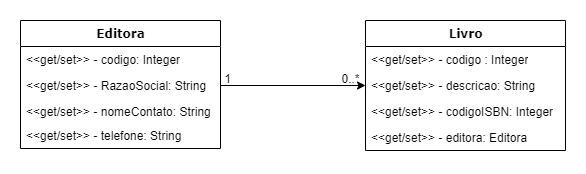
Earlier version of the draw.io export orientacao-objetos-2021-2/Trabalho aula 3/Diagrama de classes.png (viniciusfinger/computer-science-unilasalle). Source tidied: cells renumbered, new cells last; positions are measured from the earlier drawing's top-left corner, leaving out a move shared by most shapes.
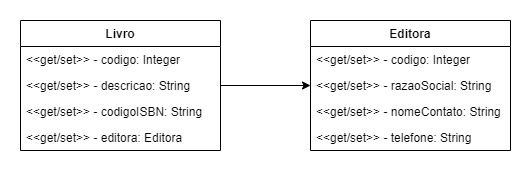
Above is the later version.

Commit message:
alteração nas relações nos diagramas

Diff of the diagram source:
```diff
@@ -1,45 +1,39 @@
 <mxGraphModel>
   <root>
-    <mxCell id="0" />
-    <mxCell id="1" parent="0" />
+    <mxCell id="15" />
+    <mxCell id="16" parent="15" />
+    <mxCell id="7" value="Livro" style="swimlane;fontStyle=1;align=center;verticalAlign=top;horizontal=1;startSize=26;rounded=0;shadow=0;strokeWidth=1;" parent="16" vertex="1">
+      <mxGeometry x="185" y="-12" width="200" height="130" as="geometry" />
+    </mxCell>
+    <mxCell id="17" value="&lt;&lt;get/set&gt;&gt; - codigo: Integer" style="text;align=left;verticalAlign=top;spacingLeft=4;spacingRight=4;overflow=hidden;" parent="7" vertex="1">
+      <mxGeometry y="26" width="200" height="26" as="geometry" />
+    </mxCell>
+    <mxCell id="18" value="&lt;&lt;get/set&gt;&gt; - descricao: String" style="text;align=left;verticalAlign=top;spacingLeft=4;spacingRight=4;overflow=hidden;points=[[0,0.5],[1,0.5]];portConstraint=eastwest;" parent="7" vertex="1">
+      <mxGeometry y="52" width="200" height="26" as="geometry" />
+    </mxCell>
+    <mxCell id="19" value="&lt;&lt;get/set&gt;&gt; - codigoISBN: String" style="text;align=left;verticalAlign=top;spacingLeft=4;spacingRight=4;overflow=hidden;rounded=0;shadow=0;html=0;" parent="7" vertex="1">
+      <mxGeometry y="78" width="200" height="26" as="geometry" />
+    </mxCell>
+    <mxCell id="20" value="&lt;&lt;get/set&gt;&gt; - editora: Editora" style="text;align=left;verticalAlign=top;spacingLeft=4;spacingRight=4;overflow=hidden;rounded=0;shadow=0;html=0;" parent="7" vertex="1">
+      <mxGeometry y="104" width="200" height="26" as="geometry" />
+    </mxCell>
-    <mxCell id="2" value="Editora" style="swimlane;html=1;fontStyle=1;align=center;verticalAlign=top;horizontal=1;startSize=26;swimlaneFillColor=#ffffff;rounded=0;shadow=0;comic=0;labelBackgroundColor=none;strokeWidth=1;fillColor=none;fontFamily=Verdana;fontSize=12;" parent="1" vertex="1">
-      <mxGeometry width="200" height="128" as="geometry" />
+    <mxCell id="2" value="Editora" style="swimlane;fontStyle=1;align=center;verticalAlign=top;horizontal=1;startSize=26;rounded=0;shadow=0;strokeWidth=1;" parent="16" vertex="1">
+      <mxGeometry x="475" y="-12" width="200" height="130" as="geometry" />
     </mxCell>
-    <mxCell id="3" value="&amp;lt;&amp;lt;get/set&amp;gt;&amp;gt; - codigo: Integer" style="text;html=1;strokeColor=none;fillColor=none;align=left;verticalAlign=top;spacingLeft=4;spacingRight=4;whiteSpace=wrap;overflow=hidden;" parent="2" vertex="1">
-      <mxGeometry y="26" width="200" height="26" as="geometry" />
-    </mxCell>
-    <mxCell id="4" value="&amp;lt;&amp;lt;get/set&amp;gt;&amp;gt;&amp;nbsp;- RazaoSocial: String" style="text;html=1;strokeColor=none;fillColor=none;align=left;verticalAlign=top;spacingLeft=4;spacingRight=4;whiteSpace=wrap;overflow=hidden;points=[[0,0.5],[1,0.5]];portConstraint=eastwest;" parent="2" vertex="1">
-      <mxGeometry y="52" width="200" height="26" as="geometry" />
-    </mxCell>
-    <mxCell id="5" value="&amp;lt;&amp;lt;get/set&amp;gt;&amp;gt;&amp;nbsp;- nomeContato: String" style="text;html=1;strokeColor=none;fillColor=none;align=left;verticalAlign=top;spacingLeft=4;spacingRight=4;whiteSpace=wrap;overflow=hidden;" parent="2" vertex="1">
-      <mxGeometry y="78" width="200" height="24" as="geometry" />
-    </mxCell>
-    <mxCell id="6" value="&amp;lt;&amp;lt;get/set&amp;gt;&amp;gt;&amp;nbsp;- telefone: String" style="text;html=1;strokeColor=none;fillColor=none;align=left;verticalAlign=top;spacingLeft=4;spacingRight=4;whiteSpace=wrap;overflow=hidden;" parent="2" vertex="1">
-      <mxGeometry y="102" width="200" height="26" as="geometry" />
-    </mxCell>
-    <mxCell id="7" value="Livro" style="swimlane;html=1;fontStyle=1;align=center;verticalAlign=top;horizontal=1;startSize=26;swimlaneFillColor=#ffffff;rounded=0;shadow=0;comic=0;labelBackgroundColor=none;strokeWidth=1;fillColor=none;fontFamily=Verdana;fontSize=12;" parent="1" vertex="1">
-      <mxGeometry x="345" width="200" height="130" as="geometry" />
-    </mxCell>
-    <mxCell id="8" value="&amp;lt;&amp;lt;get/set&amp;gt;&amp;gt; - codigo : Integer" style="text;html=1;strokeColor=none;fillColor=none;align=left;verticalAlign=top;spacingLeft=4;spacingRight=4;whiteSpace=wrap;overflow=hidden;" parent="7" vertex="1">
-      <mxGeometry y="26" width="200" height="26" as="geometry" />
-    </mxCell>
-    <mxCell id="9" value="&amp;lt;&amp;lt;get/set&amp;gt;&amp;gt; -&amp;nbsp;descricao: String" style="text;html=1;strokeColor=none;fillColor=none;align=left;verticalAlign=top;spacingLeft=4;spacingRight=4;whiteSpace=wrap;overflow=hidden;points=[[0,0.5],[1,0.5]];portConstraint=eastwest;" parent="7" vertex="1">
-      <mxGeometry y="52" width="200" height="26" as="geometry" />
-    </mxCell>
-    <mxCell id="10" value="&amp;lt;&amp;lt;get/set&amp;gt;&amp;gt; - codigoISBN: Integer" style="text;html=1;strokeColor=none;fillColor=none;align=left;verticalAlign=top;spacingLeft=4;spacingRight=4;whiteSpace=wrap;overflow=hidden;" parent="7" vertex="1">
-      <mxGeometry y="78" width="200" height="26" as="geometry" />
-    </mxCell>
-    <mxCell id="11" value="&amp;lt;&amp;lt;get/set&amp;gt;&amp;gt; - editora: Editora" style="text;html=1;strokeColor=none;fillColor=none;align=left;verticalAlign=top;spacingLeft=4;spacingRight=4;whiteSpace=wrap;overflow=hidden;" parent="7" vertex="1">
-      <mxGeometry y="104" width="200" height="26" as="geometry" />
-    </mxCell>
-    <mxCell id="12" style="edgeStyle=orthogonalEdgeStyle;rounded=0;jettySize=auto;html=1;entryX=0;entryY=0.5;entryDx=0;entryDy=0;" parent="1" edge="1" source="4" target="9">
-      <mxGeometry relative="1" as="geometry" />
-    </mxCell>
-    <mxCell id="13" value="1" style="text;html=1;align=center;verticalAlign=middle;strokeColor=none;" parent="1" vertex="1">
-      <mxGeometry x="197" y="48" width="20" height="20" as="geometry" />
-    </mxCell>
-    <mxCell id="14" value="0..*" style="text;html=1;align=center;verticalAlign=middle;strokeColor=none;" parent="1" vertex="1">
-      <mxGeometry x="315" y="48" width="30" height="20" as="geometry" />
-    </mxCell>
+    <mxCell id="21" value="&lt;&lt;get/set&gt;&gt; - codigo: Integer" style="text;align=left;verticalAlign=top;spacingLeft=4;spacingRight=4;overflow=hidden;" parent="2" vertex="1">
+      <mxGeometry y="26" width="200" height="26" as="geometry" />
+    </mxCell>
+    <mxCell id="22" value="&lt;&lt;get/set&gt;&gt; - razaoSocial: String" style="text;align=left;verticalAlign=top;spacingLeft=4;spacingRight=4;overflow=hidden;points=[[0,0.5],[1,0.5]];portConstraint=eastwest;" parent="2" vertex="1">
+      <mxGeometry y="52" width="200" height="26" as="geometry" />
+    </mxCell>
+    <mxCell id="23" value="&lt;&lt;get/set&gt;&gt; - nomeContato: String" style="text;align=left;verticalAlign=top;spacingLeft=4;spacingRight=4;overflow=hidden;rounded=0;shadow=0;html=0;" parent="2" vertex="1">
+      <mxGeometry y="78" width="200" height="26" as="geometry" />
+    </mxCell>
+    <mxCell id="24" value="&lt;&lt;get/set&gt;&gt; - telefone: String" style="text;align=left;verticalAlign=top;spacingLeft=4;spacingRight=4;overflow=hidden;rounded=0;shadow=0;html=0;" parent="2" vertex="1">
+      <mxGeometry y="104" width="200" height="26" as="geometry" />
+    </mxCell>
+    <mxCell id="25" style="edgeStyle=orthogonalEdgeStyle;rounded=0;jettySize=auto;html=1;" parent="16" edge="1" source="18" target="22">
+      <mxGeometry relative="1" as="geometry" />
+    </mxCell>
   </root>
 </mxGraphModel>
```
